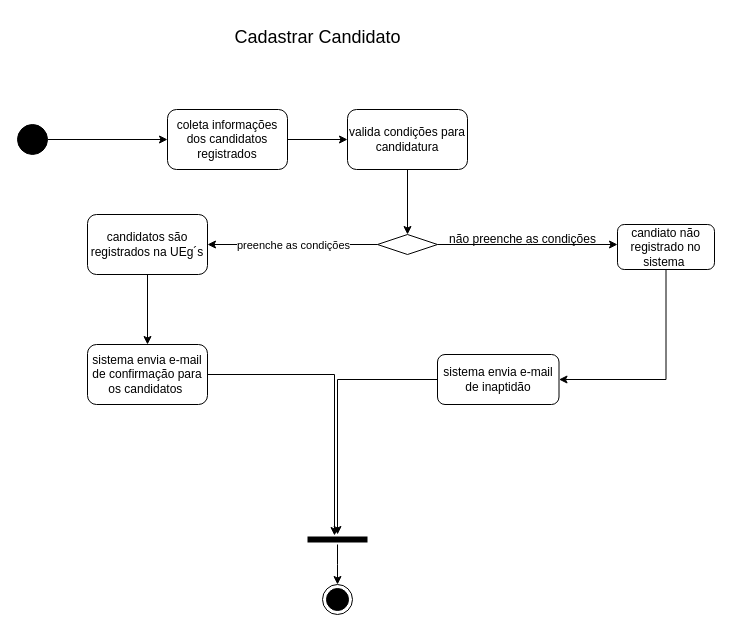
This is Diagrama de Atividade/atividades_CadastrarCandidatos.drawio from Cabral100/Projeto_Votacao_Eletronica, a draw.io file, before an edit. Source tidied: cells renumbered, new cells numbered last; positions are measured from the earlier drawing's top-left corner, leaving out a move shared by most shapes. Both pictures are drawn from the tidied source at 100%, with x=0, y=0 at pixel (17, 17).
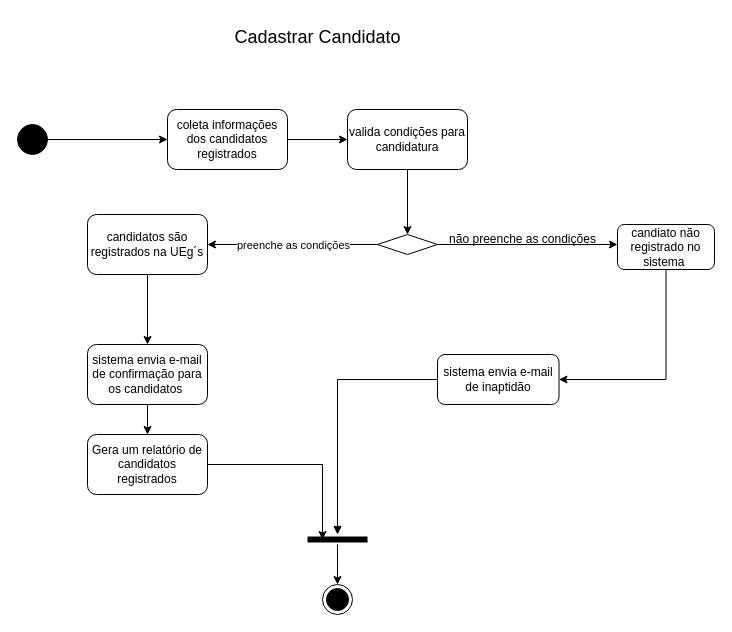
The same diagram, later.

Commit message (it also covers changes not shown here):
atualizando o diagrama de atividades

Unchanged cells that the change refers to:
```xml
<mxCell id="15" value="sistema envia e-mail de inaptidão" style="rounded=1;whiteSpace=wrap;html=1;" parent="1" vertex="1">
  <mxGeometry x="420" y="337" width="121.5" height="50" as="geometry" />
</mxCell>
<mxCell id="19" value="sistema envia e-mail de confirmação para os candidatos&amp;nbsp;" style="rounded=1;whiteSpace=wrap;html=1;" parent="1" vertex="1">
  <mxGeometry x="70" y="327" width="120" height="60" as="geometry" />
</mxCell>
<mxCell id="21" style="shape=line;html=1;strokeWidth=6;strokeColor=#000000;" parent="1" vertex="1">
  <mxGeometry x="290" y="517" width="60" height="10" as="geometry" />
</mxCell>
```

What changed in the source:
```diff
@@
-    <mxCell id="14" style="edgeStyle=orthogonalEdgeStyle;rounded=0;jettySize=auto;html=1;" parent="1" edge="1" source="15" target="21">
+    <mxCell id="14" style="edgeStyle=orthogonalEdgeStyle;rounded=0;jettySize=auto;html=1;endArrow=block;endFill=1;" parent="1" edge="1" source="15" target="21">
       <mxGeometry relative="1" as="geometry" />
     </mxCell>
@@
-    <mxCell id="18" style="edgeStyle=orthogonalEdgeStyle;rounded=0;jettySize=auto;html=1;entryX=0.45;entryY=0.1;entryDx=0;entryDy=0;entryPerimeter=0;" parent="1" edge="1" source="19" target="21">
-      <mxGeometry relative="1" as="geometry" />
-    </mxCell>
+    <mxCell id="24" style="edgeStyle=orthogonalEdgeStyle;rounded=0;jettySize=auto;html=1;" parent="1" edge="1" source="19" target="25">
+      <mxGeometry relative="1" as="geometry" />
+    </mxCell>
@@
+    <mxCell id="25" value="Gera um relatório de candidatos registrados" style="rounded=1;whiteSpace=wrap;html=1;" parent="1" vertex="1">
+      <mxGeometry x="70" y="417" width="120" height="60" as="geometry" />
+    </mxCell>
+    <mxCell id="26" style="edgeStyle=orthogonalEdgeStyle;rounded=0;jettySize=auto;html=1;entryX=0.25;entryY=0.5;entryDx=0;entryDy=0;entryPerimeter=0;" parent="1" edge="1" source="25" target="21">
+      <mxGeometry relative="1" as="geometry" />
+    </mxCell>
```
